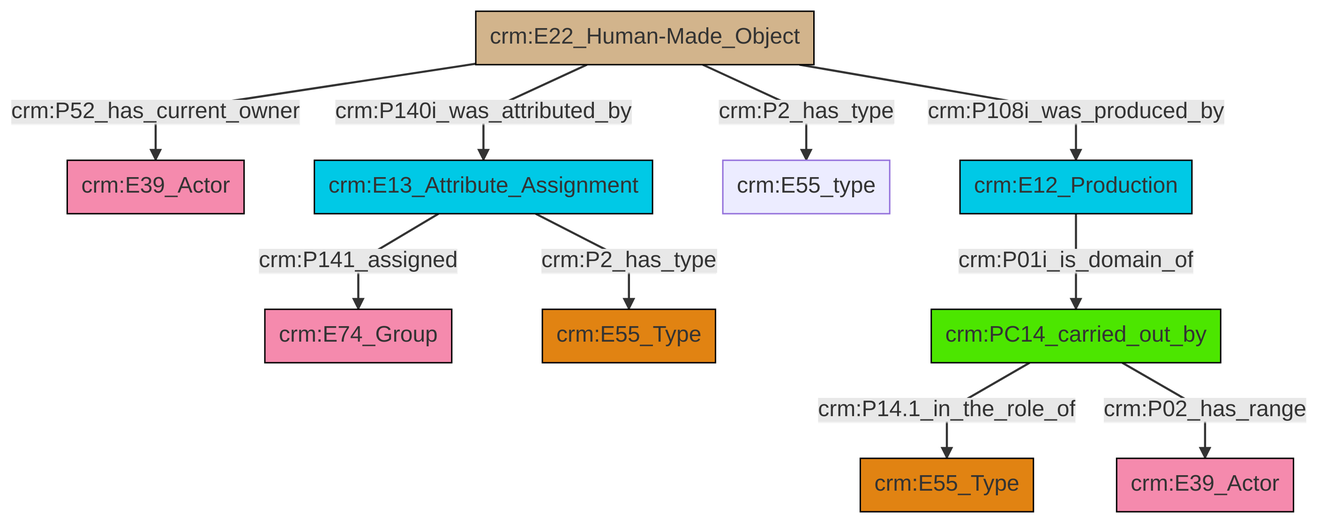
Earlier version of the Mermaid export et/builtWorkCSV/ttl/mmd/png/Built_Work_actor_relations.png (swiss-art-research-net/docs.swissartresearch). Its source is kept beside it as et/builtWorkCSV/ttl/mmd/Built_Work_actor_relations.ttl.mmd.
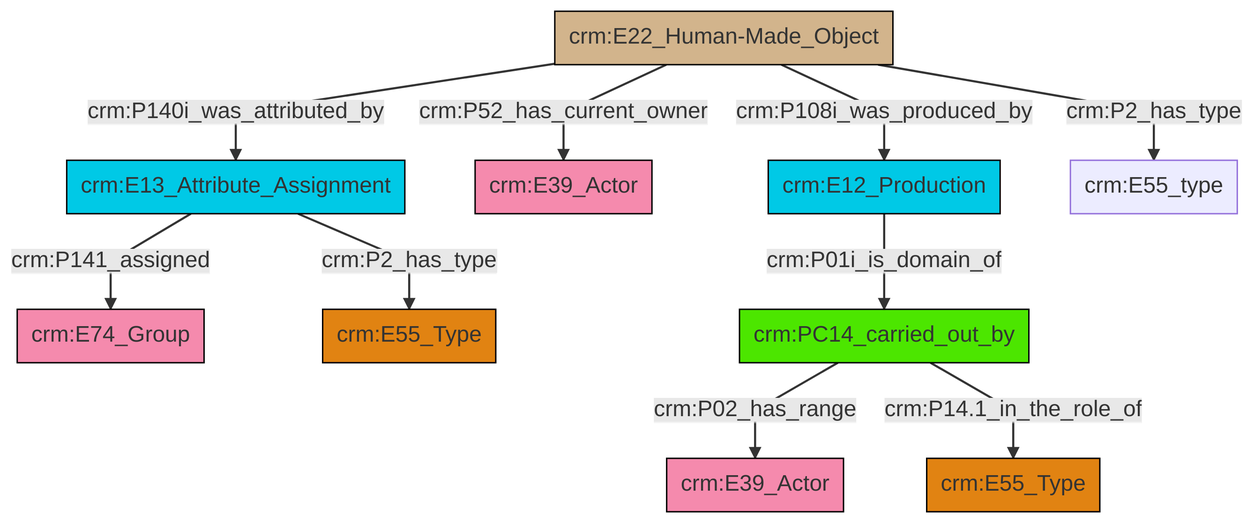
The same diagram one commit later.

The edit, as a diff of the source:
```diff
@@ -13,12 +13,12 @@
 classDef PC_Classes fill:#4ce600, stroke:#000000;
 classDef Multi fill:#cccccc,stroke:#000000;
 
-4["crm:E13_Attribute_Assignment"]:::Temporal_Entity -->|crm:P141_assigned| 5["crm:E74_Group"]:::Actor
-6["crm:E22_Human-Made_Object"]:::Physical_Thing -->|crm:P52_has_current_owner| 0["crm:E39_Actor"]:::Actor
-10["crm:PC14_carried_out_by"]:::PC_Classes -->|crm:P14.1_in_the_role_of| 2["crm:E55_Type"]:::Type
-6["crm:E22_Human-Made_Object"]:::Physical_Thing -->|crm:P140i_was_attributed_by| 4["crm:E13_Attribute_Assignment"]:::Temporal_Entity
-10["crm:PC14_carried_out_by"]:::PC_Classes -->|crm:P02_has_range| 12["crm:E39_Actor"]:::Actor
-6["crm:E22_Human-Made_Object"]:::Physical_Thing -->|crm:P2_has_type| 18["crm:E55_type"]:::Default
-16["crm:E12_Production"]:::Temporal_Entity -->|crm:P01i_is_domain_of| 10["crm:PC14_carried_out_by"]:::PC_Classes
-6["crm:E22_Human-Made_Object"]:::Physical_Thing -->|crm:P108i_was_produced_by| 16["crm:E12_Production"]:::Temporal_Entity
-4["crm:E13_Attribute_Assignment"]:::Temporal_Entity -->|crm:P2_has_type| 14["crm:E55_Type"]:::Type
+4["crm:PC14_carried_out_by"]:::PC_Classes -->|crm:P02_has_range| 5["crm:E39_Actor"]:::Actor
+4["crm:PC14_carried_out_by"]:::PC_Classes -->|crm:P14.1_in_the_role_of| 6["crm:E55_Type"]:::Type
+7["crm:E13_Attribute_Assignment"]:::Temporal_Entity -->|crm:P141_assigned| 0["crm:E74_Group"]:::Actor
+2["crm:E22_Human-Made_Object"]:::Physical_Thing -->|crm:P140i_was_attributed_by| 7["crm:E13_Attribute_Assignment"]:::Temporal_Entity
+13["crm:E12_Production"]:::Temporal_Entity -->|crm:P01i_is_domain_of| 4["crm:PC14_carried_out_by"]:::PC_Classes
+2["crm:E22_Human-Made_Object"]:::Physical_Thing -->|crm:P52_has_current_owner| 18["crm:E39_Actor"]:::Actor
+2["crm:E22_Human-Made_Object"]:::Physical_Thing -->|crm:P108i_was_produced_by| 13["crm:E12_Production"]:::Temporal_Entity
+2["crm:E22_Human-Made_Object"]:::Physical_Thing -->|crm:P2_has_type| 8["crm:E55_type"]:::Default
+7["crm:E13_Attribute_Assignment"]:::Temporal_Entity -->|crm:P2_has_type| 10["crm:E55_Type"]:::Type
```
